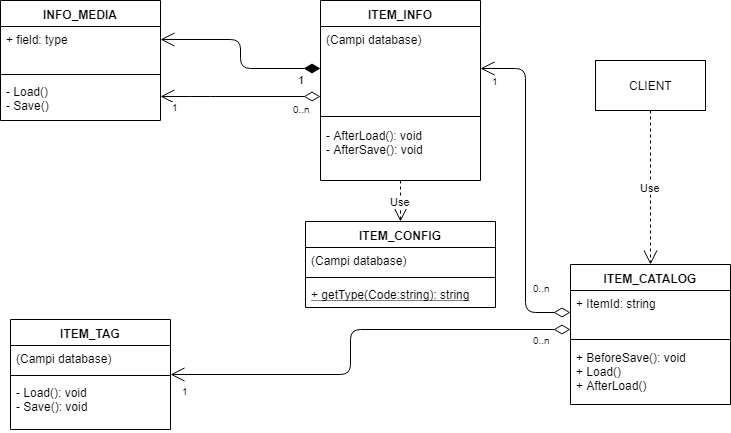
This is immagini/UML2.png from riccardobek/Tesi, a draw.io export, as it was before one commit. Source tidied: cells renumbered, new cells last; positions are measured from the earlier drawing's top-left corner, leaving out a move shared by most shapes.
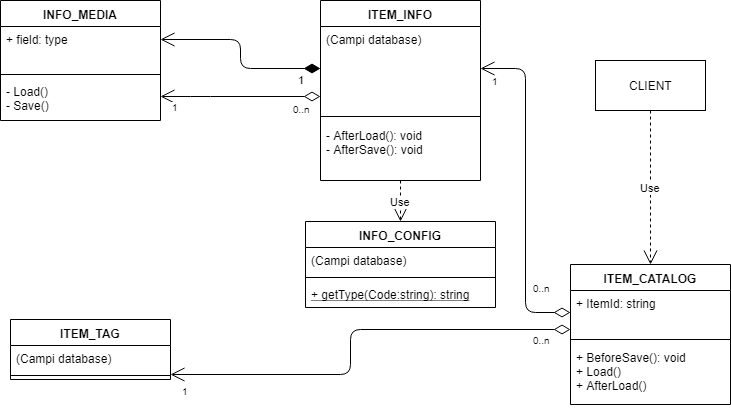
The same file after the commit.

Diff of the diagram source:
```diff
@@ -52,7 +52,7 @@
       <mxGeometry y="78" width="160" height="42" as="geometry" />
     </mxCell>
     <mxCell id="17" value="ITEM_TAG" style="swimlane;fontStyle=1;align=center;verticalAlign=top;horizontal=1;startSize=26;" parent="1" vertex="1">
-      <mxGeometry x="10" y="319" width="160" height="110" as="geometry" />
+      <mxGeometry x="10" y="319" width="160" height="60" as="geometry" />
     </mxCell>
     <mxCell id="18" value="(Campi database)" style="text;strokeColor=none;fillColor=none;align=left;verticalAlign=top;spacingLeft=4;spacingRight=4;overflow=hidden;" parent="17" vertex="1">
       <mxGeometry y="26" width="160" height="26" as="geometry" />
@@ -60,9 +60,6 @@
     <mxCell id="19" style="line;strokeWidth=1;fillColor=none;align=left;verticalAlign=middle;spacingTop=-1;spacingLeft=3;spacingRight=3;labelPosition=right;" parent="17" vertex="1">
       <mxGeometry y="52" width="160" height="8" as="geometry" />
     </mxCell>
-    <mxCell id="20" value="- Load(): void&#10;- Save(): void" style="text;strokeColor=none;fillColor=none;align=left;verticalAlign=top;spacingLeft=4;spacingRight=4;overflow=hidden;" parent="17" vertex="1">
-      <mxGeometry y="60" width="160" height="50" as="geometry" />
-    </mxCell>
     <mxCell id="21" value="&lt;br&gt;" style="endArrow=open;html=1;endSize=12;startArrow=diamondThin;startSize=14;startFill=0;edgeStyle=orthogonalEdgeStyle;" parent="1" edge="1" source="3">
       <mxGeometry relative="1" as="geometry">
         <mxPoint x="170" y="374" as="targetPoint" />
@@ -111,7 +108,7 @@
     <mxCell id="29" value="Use" style="endArrow=open;endSize=12;dashed=1;html=1;exitX=0.5;exitY=1;exitDx=0;exitDy=0;" parent="1" edge="1" source="28" target="2">
       <mxGeometry relative="1" as="geometry" />
     </mxCell>
-    <mxCell id="30" value="ITEM_CONFIG" style="swimlane;fontStyle=1;align=center;verticalAlign=top;horizontal=1;startSize=26;" parent="1" vertex="1">
+    <mxCell id="30" value="INFO_CONFIG" style="swimlane;fontStyle=1;align=center;verticalAlign=top;horizontal=1;startSize=26;" parent="1" vertex="1">
       <mxGeometry x="305" y="221" width="190" height="86" as="geometry" />
     </mxCell>
     <mxCell id="31" value="(Campi database)" style="text;strokeColor=none;fillColor=none;align=left;verticalAlign=top;spacingLeft=4;spacingRight=4;overflow=hidden;" parent="30" vertex="1">
```
